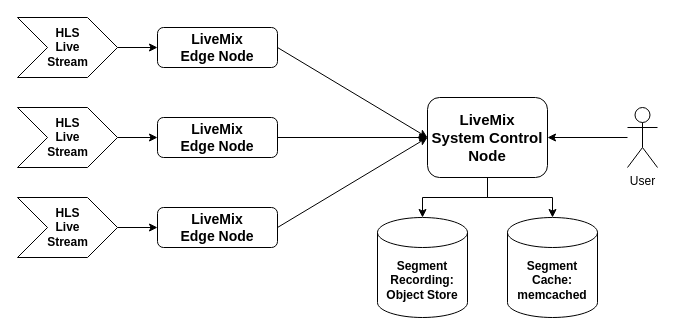
This is ref/diagrams.drawio from alwitt/livemix, a draw.io file, before an edit. Source tidied: cells renumbered, new cells numbered last; positions are measured from the earlier drawing's top-left corner, leaving out a move shared by most shapes. Both pictures are drawn from the tidied source at 100%, with x=0, y=0 at pixel (17, 17).
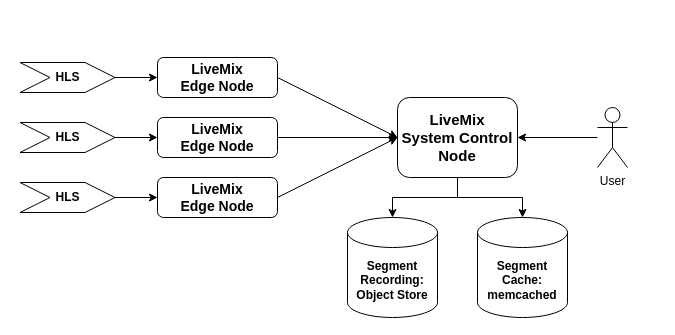
After the change.

Unchanged cells that the change refers to:
```xml
<mxCell id="8" value="LiveMix &lt;br style=&quot;font-size: 14px;&quot;&gt;Edge Node" style="rounded=1;whiteSpace=wrap;html=1;fontStyle=1;fontSize=14;" parent="1" vertex="1">
  <mxGeometry x="140" y="100" width="120" height="40" as="geometry" />
</mxCell>
```

Change to the diagram source:
```diff
@@
     <mxCell id="2" value="&lt;span style=&quot;font-size: 15px;&quot;&gt;LiveMix&lt;br style=&quot;font-size: 15px;&quot;&gt;System Control Node&lt;/span&gt;" style="rounded=1;whiteSpace=wrap;html=1;fontStyle=1;fontSize=15;" parent="1" vertex="1">
-      <mxGeometry x="410" y="80" width="120" height="80" as="geometry" />
+      <mxGeometry x="380" y="80" width="120" height="80" as="geometry" />
     </mxCell>
     <mxCell id="3" value="Segment Cache:&lt;br&gt;memcached" style="shape=cylinder3;whiteSpace=wrap;html=1;boundedLbl=1;backgroundOutline=1;size=15;fontStyle=1;" parent="1" vertex="1">
-      <mxGeometry x="490" y="200" width="90" height="100" as="geometry" />
+      <mxGeometry x="460" y="200" width="90" height="100" as="geometry" />
     </mxCell>
     <mxCell id="4" value="Segment Recording:&lt;br&gt;Object Store" style="shape=cylinder3;whiteSpace=wrap;html=1;boundedLbl=1;backgroundOutline=1;size=15;fontStyle=1;" parent="1" vertex="1">
-      <mxGeometry x="360" y="200" width="90" height="100" as="geometry" />
+      <mxGeometry x="330" y="200" width="90" height="100" as="geometry" />
     </mxCell>
@@
     <mxCell id="7" value="LiveMix &lt;br style=&quot;font-size: 14px;&quot;&gt;Edge Node" style="rounded=1;whiteSpace=wrap;html=1;fontStyle=1;fontSize=14;" parent="1" vertex="1">
-      <mxGeometry x="140" y="10" width="120" height="40" as="geometry" />
+      <mxGeometry x="140" y="40" width="120" height="40" as="geometry" />
     </mxCell>
@@
     <mxCell id="9" value="LiveMix &lt;br style=&quot;font-size: 14px;&quot;&gt;Edge Node" style="rounded=1;whiteSpace=wrap;html=1;fontStyle=1;fontSize=14;" parent="1" vertex="1">
-      <mxGeometry x="140" y="190" width="120" height="40" as="geometry" />
+      <mxGeometry x="140" y="160" width="120" height="40" as="geometry" />
     </mxCell>
@@
-    <mxCell id="11" value="HLS&lt;br&gt;Live&lt;br&gt;Stream" style="html=1;shadow=0;dashed=0;align=center;verticalAlign=middle;shape=mxgraph.arrows2.arrow;dy=0;dx=30;notch=30;fontStyle=1;" parent="1" vertex="1">
-      <mxGeometry width="100" height="60" as="geometry" />
+    <mxCell id="11" value="HLS" style="html=1;shadow=0;dashed=0;align=center;verticalAlign=middle;shape=mxgraph.arrows2.arrow;dy=0;dx=30;notch=30;fontStyle=1;" parent="1" vertex="1">
+      <mxGeometry x="2.5" y="45" width="95" height="30" as="geometry" />
     </mxCell>
-    <mxCell id="12" style="edgeStyle=orthogonalEdgeStyle;rounded=0;jettySize=auto;html=1;entryX=0;entryY=0.5;entryDx=0;entryDy=0;" parent="1" edge="1" source="13" target="8">
-      <mxGeometry relative="1" as="geometry" />
-    </mxCell>
-    <mxCell id="13" value="HLS&lt;br&gt;Live&lt;br&gt;Stream" style="html=1;shadow=0;dashed=0;align=center;verticalAlign=middle;shape=mxgraph.arrows2.arrow;dy=0;dx=30;notch=30;fontStyle=1;" parent="1" vertex="1">
-      <mxGeometry y="90" width="100" height="60" as="geometry" />
-    </mxCell>
-    <mxCell id="14" style="edgeStyle=orthogonalEdgeStyle;rounded=0;jettySize=auto;html=1;entryX=0;entryY=0.5;entryDx=0;entryDy=0;" parent="1" edge="1" source="15" target="9">
-      <mxGeometry relative="1" as="geometry" />
-    </mxCell>
-    <mxCell id="15" value="HLS&lt;br&gt;Live&lt;br&gt;Stream" style="html=1;shadow=0;dashed=0;align=center;verticalAlign=middle;shape=mxgraph.arrows2.arrow;dy=0;dx=30;notch=30;fontStyle=1;" parent="1" vertex="1">
-      <mxGeometry y="180" width="100" height="60" as="geometry" />
-    </mxCell>
@@
     <mxCell id="17" value="User" style="shape=umlActor;verticalLabelPosition=bottom;verticalAlign=top;html=1;outlineConnect=0;" parent="1" vertex="1">
-      <mxGeometry x="610" y="90" width="30" height="60" as="geometry" />
+      <mxGeometry x="580" y="90" width="30" height="60" as="geometry" />
     </mxCell>
@@
-    <mxCell id="19" style="endArrow=classic;html=1;rounded=0;exitX=1;exitY=0.5;exitDx=0;exitDy=0;" parent="1" edge="1" source="8">
-      <mxGeometry relative="1" as="geometry">
-        <mxPoint x="410" y="120" as="targetPoint" />
-      </mxGeometry>
+    <mxCell id="19" style="endArrow=classic;html=1;rounded=0;exitX=1;exitY=0.5;exitDx=0;exitDy=0;entryX=0;entryY=0.5;entryDx=0;entryDy=0;" parent="1" edge="1" source="8" target="2">
+      <mxGeometry relative="1" as="geometry" />
     </mxCell>
@@
+    <mxCell id="21" style="edgeStyle=orthogonalEdgeStyle;rounded=0;jettySize=auto;html=1;entryX=0;entryY=0.5;entryDx=0;entryDy=0;" parent="1" edge="1" source="22" target="8">
+      <mxGeometry relative="1" as="geometry" />
+    </mxCell>
+    <mxCell id="22" value="HLS" style="html=1;shadow=0;dashed=0;align=center;verticalAlign=middle;shape=mxgraph.arrows2.arrow;dy=0;dx=30;notch=30;fontStyle=1;" parent="1" vertex="1">
+      <mxGeometry x="2.5" y="105" width="95" height="30" as="geometry" />
+    </mxCell>
+    <mxCell id="23" style="edgeStyle=orthogonalEdgeStyle;rounded=0;jettySize=auto;html=1;entryX=0;entryY=0.5;entryDx=0;entryDy=0;" parent="1" edge="1" source="24" target="9">
+      <mxGeometry relative="1" as="geometry" />
+    </mxCell>
+    <mxCell id="24" value="HLS" style="html=1;shadow=0;dashed=0;align=center;verticalAlign=middle;shape=mxgraph.arrows2.arrow;dy=0;dx=30;notch=30;fontStyle=1;" parent="1" vertex="1">
+      <mxGeometry x="2.5" y="165" width="95" height="30" as="geometry" />
+    </mxCell>
```
